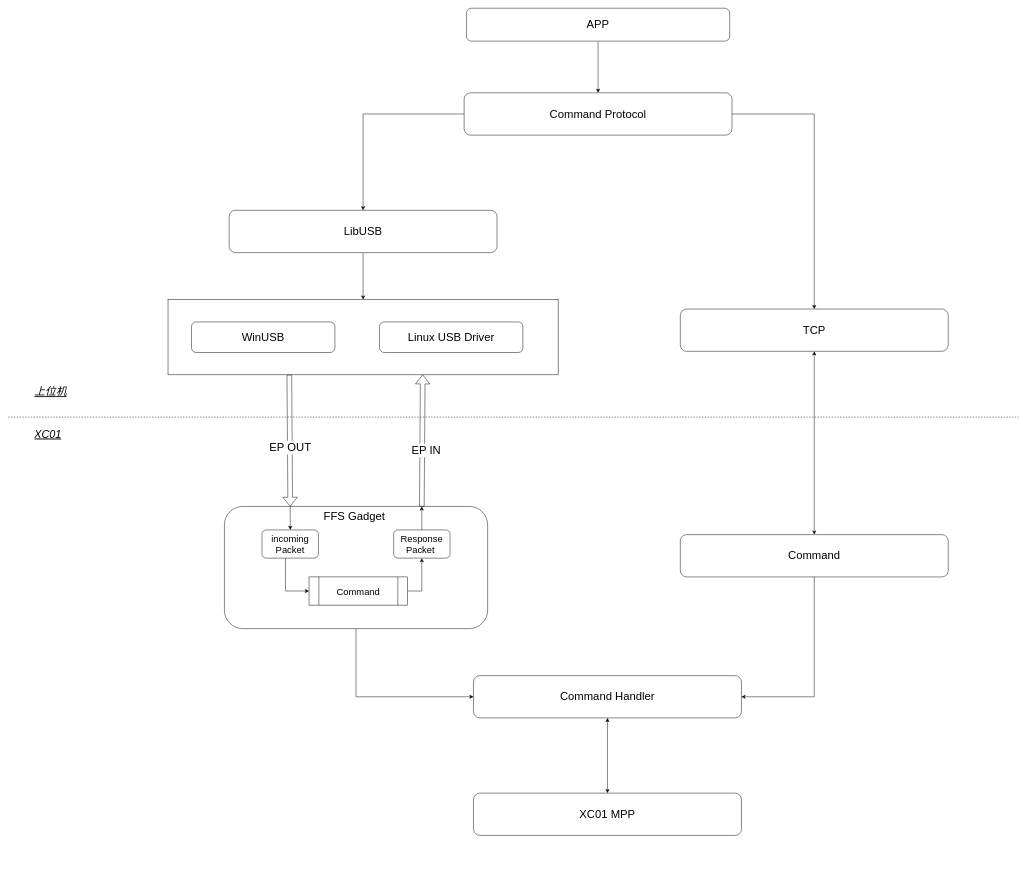
joliet0l/Diagram keeps this draw.io diagram as page "FFS" (1 of 3) of xc01 usb.drawio. Above is the earlier version. Source tidied: cells renumbered, new cells numbered last; positions are measured from the earlier drawing's top-left corner, leaving out a move shared by most shapes. Both pictures are drawn from the tidied source at 47%, with x=0, y=0 at pixel (8, 8).
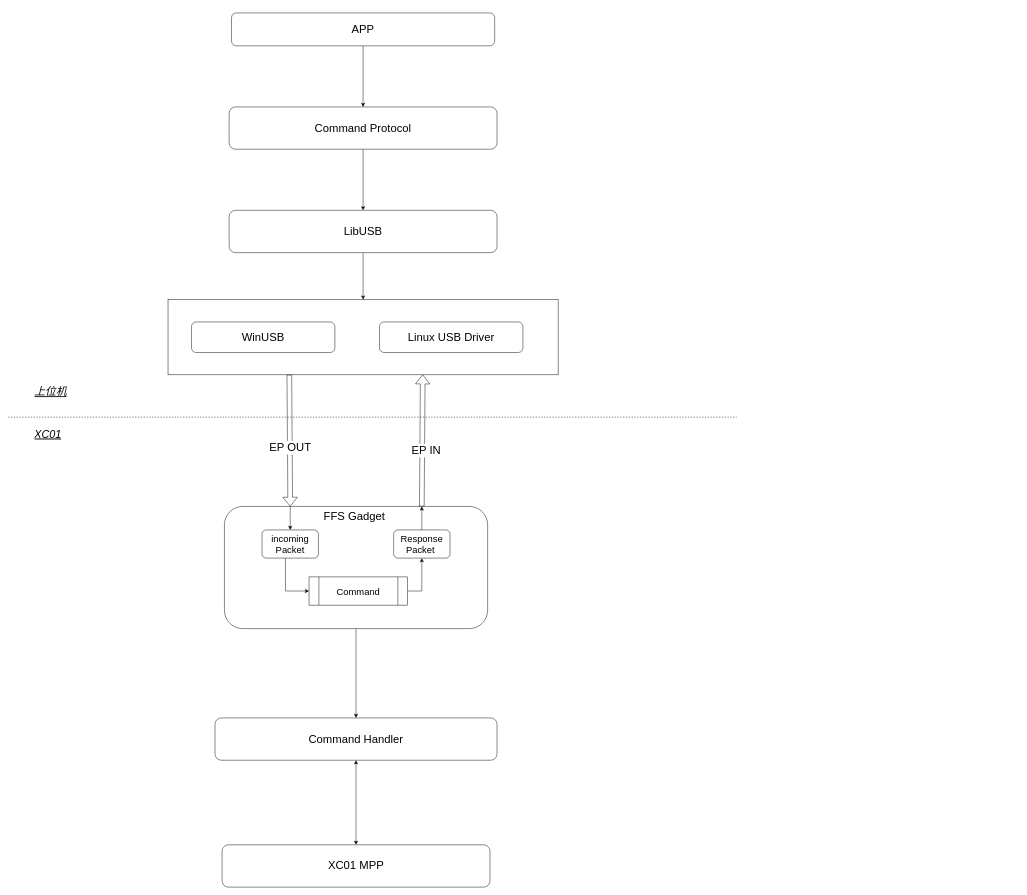
The same page after the edit.

Unchanged cells that the change refers to:
```xml
<mxCell id="4" value="FFS Gadget&amp;nbsp;" style="rounded=1;whiteSpace=wrap;html=1;fontSize=24;labelPosition=center;verticalLabelPosition=middle;align=center;verticalAlign=top;" parent="1" vertex="1">
  <mxGeometry x="460" y="1060" width="560" height="260" as="geometry" />
</mxCell>
<mxCell id="6" value="LibUSB" style="rounded=1;whiteSpace=wrap;html=1;fontSize=24;" parent="1" vertex="1">
  <mxGeometry x="470" y="430" width="570" height="90" as="geometry" />
</mxCell>
```

What changed in the source:
```diff
@@
-    <mxCell id="3" style="edgeStyle=orthogonalEdgeStyle;rounded=0;jettySize=auto;html=1;entryX=0;entryY=0.5;entryDx=0;entryDy=0;" parent="1" edge="1" source="4" target="31">
+    <mxCell id="3" style="edgeStyle=orthogonalEdgeStyle;rounded=0;jettySize=auto;html=1;entryX=0.5;entryY=0;entryDx=0;entryDy=0;" parent="1" edge="1" source="4" target="31">
       <mxGeometry relative="1" as="geometry" />
     </mxCell>
@@
     <mxCell id="20" value="APP" style="rounded=1;whiteSpace=wrap;html=1;fontSize=24;" parent="1" vertex="1">
-      <mxGeometry x="975" width="560" height="70" as="geometry" />
+      <mxGeometry x="475" y="10" width="560" height="70" as="geometry" />
     </mxCell>
     <mxCell id="21" style="endArrow=none;dashed=1;html=1;rounded=0;" parent="1" edge="1">
       <mxGeometry relative="1" as="geometry">
         <mxPoint y="870" as="sourcePoint" />
-        <mxPoint x="2150" y="870" as="targetPoint" />
+        <mxPoint x="1550" y="870" as="targetPoint" />
       </mxGeometry>
     </mxCell>
@@
-    <mxCell id="23" style="edgeStyle=orthogonalEdgeStyle;rounded=0;jettySize=auto;html=1;exitX=0;exitY=0.5;exitDx=0;exitDy=0;" parent="1" edge="1" source="25" target="6">
+    <mxCell id="23" style="edgeStyle=orthogonalEdgeStyle;rounded=0;jettySize=auto;html=1;exitX=0.5;exitY=1;exitDx=0;exitDy=0;" parent="1" edge="1" source="25" target="6">
       <mxGeometry relative="1" as="geometry" />
     </mxCell>
-    <mxCell id="24" style="edgeStyle=orthogonalEdgeStyle;rounded=0;jettySize=auto;html=1;entryX=0.5;entryY=0;entryDx=0;entryDy=0;exitX=1;exitY=0.5;exitDx=0;exitDy=0;" parent="1" edge="1" source="25" target="27">
-      <mxGeometry relative="1" as="geometry" />
-    </mxCell>
     <mxCell id="25" value="Command Protocol" style="rounded=1;whiteSpace=wrap;html=1;fontSize=24;" parent="1" vertex="1">
-      <mxGeometry x="970" y="180" width="570" height="90" as="geometry" />
+      <mxGeometry x="470" y="210" width="570" height="90" as="geometry" />
     </mxCell>
-    <mxCell id="26" style="edgeStyle=orthogonalEdgeStyle;rounded=0;jettySize=auto;html=1;startArrow=classic;startFill=1;" parent="1" edge="1" source="27" target="29">
-      <mxGeometry relative="1" as="geometry" />
-    </mxCell>
-    <mxCell id="27" value="TCP" style="rounded=1;whiteSpace=wrap;html=1;fontSize=24;" parent="1" vertex="1">
-      <mxGeometry x="1430" y="640" width="570" height="90" as="geometry" />
-    </mxCell>
-    <mxCell id="28" style="edgeStyle=orthogonalEdgeStyle;rounded=0;jettySize=auto;html=1;entryX=1;entryY=0.5;entryDx=0;entryDy=0;" parent="1" edge="1" source="29" target="31">
-      <mxGeometry relative="1" as="geometry" />
-    </mxCell>
-    <mxCell id="29" value="Command" style="rounded=1;whiteSpace=wrap;html=1;fontSize=24;" parent="1" vertex="1">
-      <mxGeometry x="1430" y="1120" width="570" height="90" as="geometry" />
-    </mxCell>
@@
     <mxCell id="31" value="Command Handler" style="rounded=1;whiteSpace=wrap;html=1;fontSize=24;" parent="1" vertex="1">
-      <mxGeometry x="990" y="1420" width="570" height="90" as="geometry" />
+      <mxGeometry x="440" y="1510" width="600" height="90" as="geometry" />
     </mxCell>
     <mxCell id="32" value="XC01 MPP" style="rounded=1;whiteSpace=wrap;html=1;fontSize=24;" parent="1" vertex="1">
-      <mxGeometry x="990" y="1670" width="570" height="90" as="geometry" />
+      <mxGeometry x="455" y="1780" width="570" height="90" as="geometry" />
     </mxCell>
```
